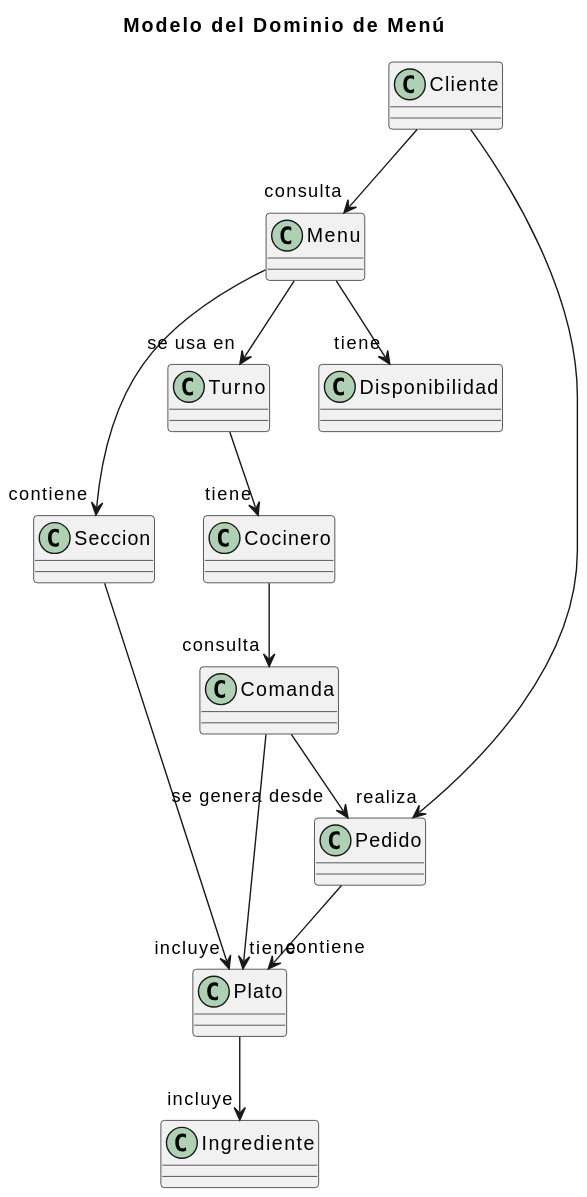
This is entregas/GutierrezMarcos/Reto-001/uml/menu.svg from mmasias/25-26-IDSW1, a PlantUML export, as it was before one commit.
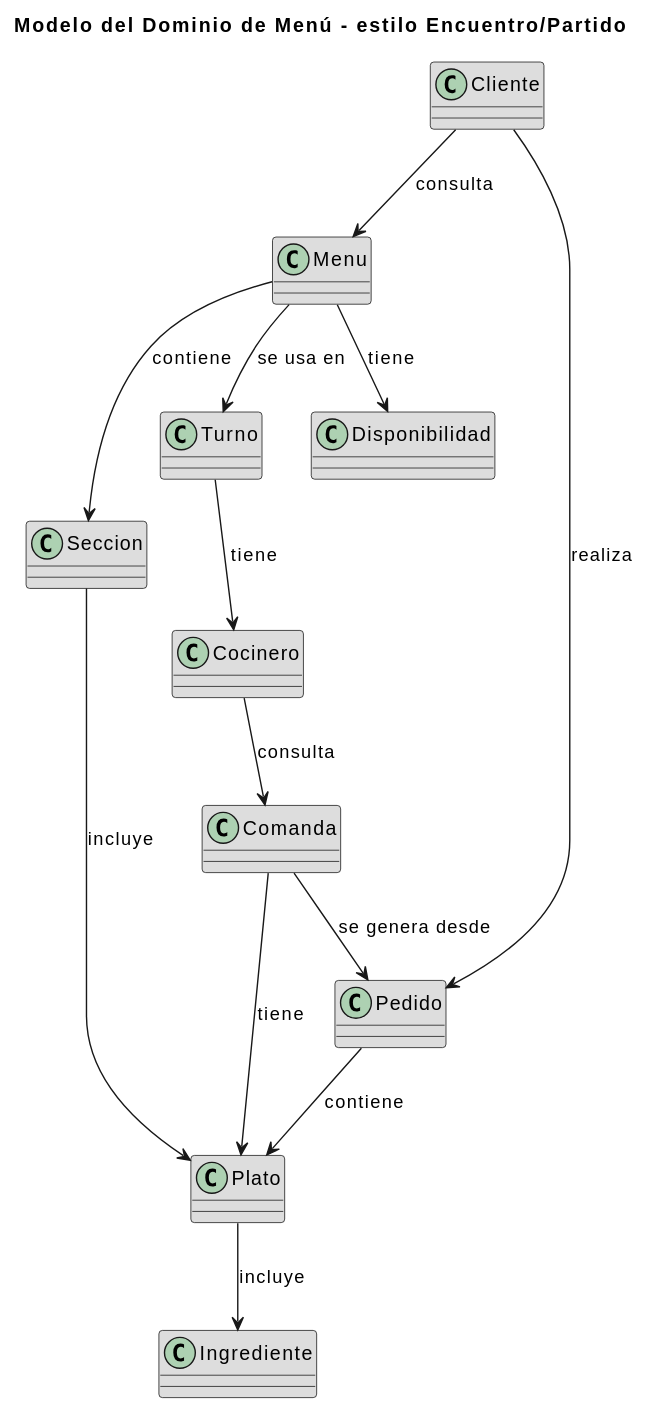
Above is the later version.

Change to the diagram source:
```diff
@@ -1,5 +1,11 @@
 @startuml
-title Modelo del Dominio de Menú
+title Modelo del Dominio de Menú - estilo Encuentro/Partido
+
+skinparam class {
+  BackgroundColor #DDDDDD
+  BorderColor black
+}
+
 class Menu
 class Seccion
 class Plato
@@ -11,19 +17,20 @@
 class Turno
 class Disponibilidad
 
-Menu --> "contiene" Seccion
-Seccion --> "incluye" Plato
-Plato --> "incluye" Ingrediente
-Menu --> "tiene" Disponibilidad
-Menu --> "se usa en" Turno
 
-Cliente --> "consulta" Menu
-Cliente --> "realiza" Pedido
-Pedido --> "contiene" Plato
+Menu --> Seccion : contiene
+Seccion --> Plato : incluye
+Plato --> Ingrediente : incluye
+Menu --> Disponibilidad : tiene
+Menu --> Turno : se usa en
 
-Cocinero --> "consulta" Comanda
-Comanda --> "tiene" Plato
-Comanda --> "se genera desde" Pedido
+Cliente --> Menu : consulta
+Cliente --> Pedido : realiza
+Pedido --> Plato : contiene
 
-Turno --> "tiene" Cocinero
+Cocinero --> Comanda : consulta
+Comanda --> Plato : tiene
+Comanda --> Pedido : se genera desde
+
+Turno --> Cocinero : tiene
 @enduml
```
